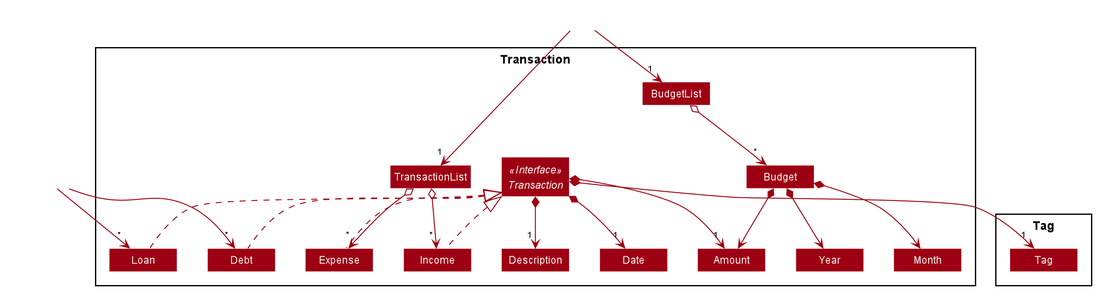
syinyichen/main keeps this PlantUML diagram as docs/images/ModelTransactionDiagram.png. Above is the earlier version. Its source is kept beside it as docs/diagrams/ModelTransactionDiagram.puml.
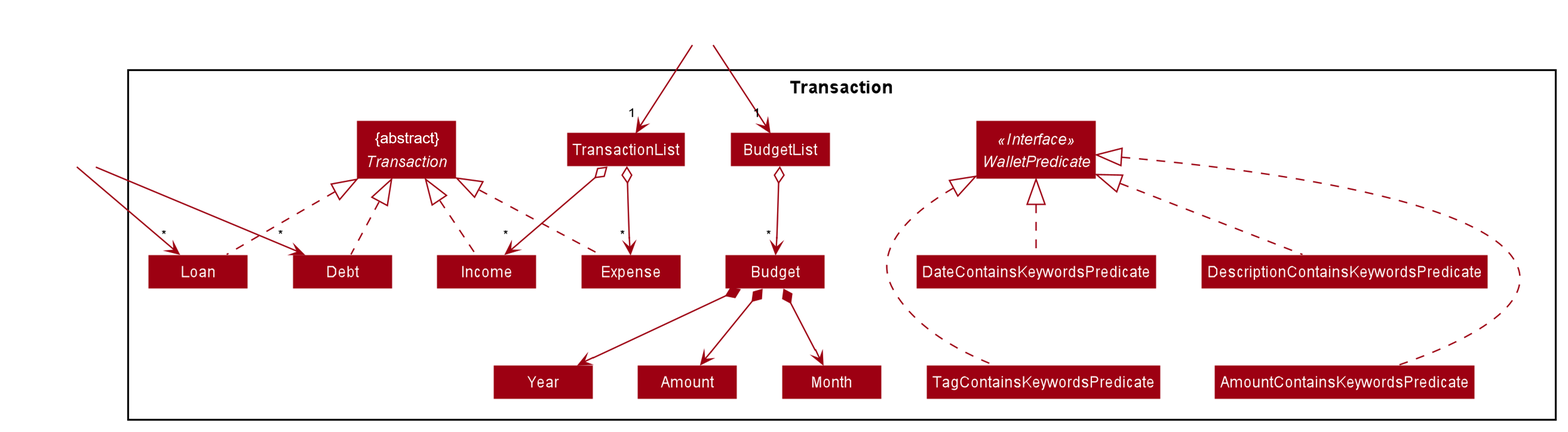
After the commit.

Change to the diagram source:
```diff
@@ -9,30 +9,30 @@
 
 Package Transaction {
 Class TransactionList
-Interface Transaction <<Interface>>
+abstract Transaction <<abstract>>
 Class Expense
 Class Income
 Class Debt
 Class Loan
 Class Amount
-Class Date
-Class Description
 Class Budget
 Class BudgetList
 Class Month
 Class Year
-}
 
-Package Tag {
-Class Tag
+Interface WalletPredicate <<Interface>>
+Class AmountContainsKeywordsPredicate
+Class DateContainsKeywordsPredicate
+Class DescriptionContainsKeywordsPredicate
+Class TagContainsKeywordsPredicate
 }
 
 Class HiddenWallet #FFFFFF
-Class HiddenPerson #FFFFFF
+Class Person #FFFFFF
 HiddenWallet --> "1" TransactionList
 HiddenWallet --> "1" BudgetList
-HiddenPerson --> "*" Debt
-HiddenPerson --> "*" Loan
+Person --> "*" Debt
+Person --> "*" Loan
 BudgetList o--> "*" Budget
 TransactionList o--> "*" Expense
 TransactionList o--> "*" Income
@@ -43,9 +43,16 @@
 Budget *--> Amount
 Budget *--> Month
 Budget *--> Year
-Transaction *--> "1" Amount
-Transaction *--> "1" Description
-Transaction *--> "1" Date
-Transaction *--> "1" Tag
+
+DescriptionContainsKeywordsPredicate .up.|> WalletPredicate
+AmountContainsKeywordsPredicate .up.|> WalletPredicate
+DateContainsKeywordsPredicate .up.|> WalletPredicate
+TagContainsKeywordsPredicate .up.|> WalletPredicate
+
+WalletPredicate -[hidden]left-> BudgetList
+DescriptionContainsKeywordsPredicate -[hidden]down-> AmountContainsKeywordsPredicate
+DescriptionContainsKeywordsPredicate -[hidden]left-> DateContainsKeywordsPredicate
+DateContainsKeywordsPredicate -[hidden]down-> TagContainsKeywordsPredicate
+AmountContainsKeywordsPredicate -[hidden]left-> TagContainsKeywordsPredicate
 
 @enduml
```
